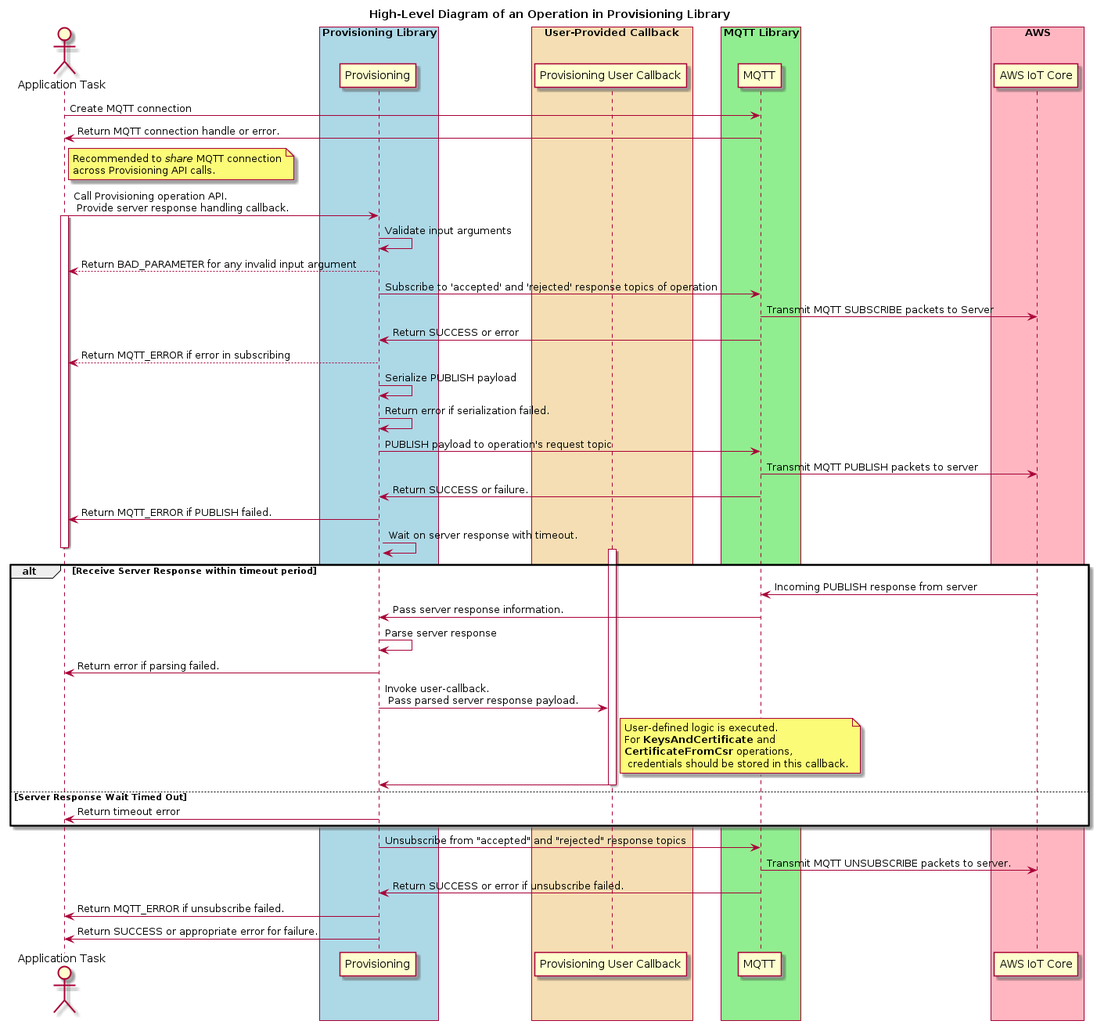
Above: doc/plantuml/images/provisioning_operation_highlevel_design.png in aws/aws-iot-device-sdk-embedded-C (PlantUML), before the change.
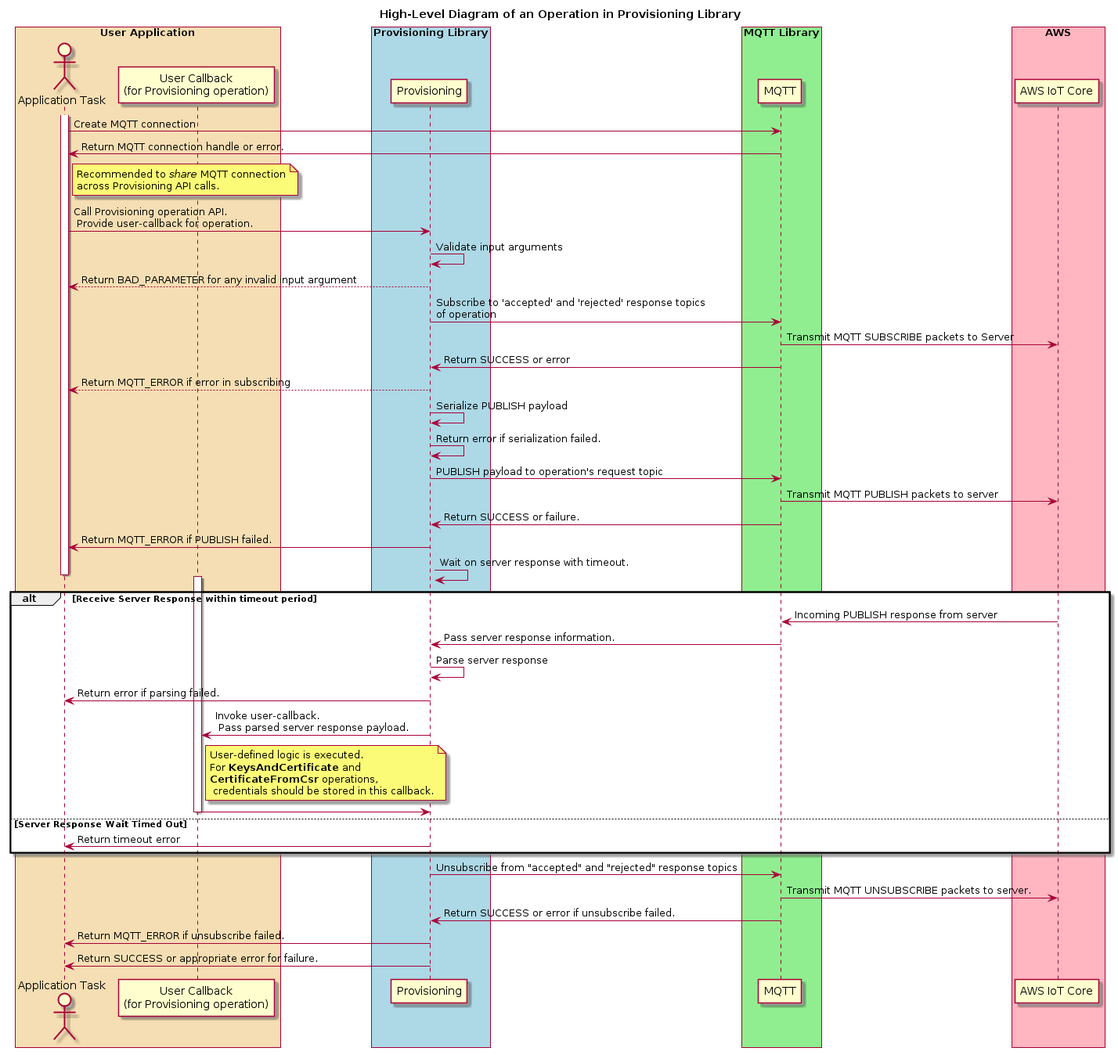
The same diagram one commit later.

Commit message:
Group application task and user-callback in high-level design diagram

What changed in the source:
```diff
@@ -5,14 +5,13 @@
 skinparam classFontSize 8
 skinparam classFontName Helvetica
 
+box "User Application" #Wheat
 actor "Application Task" as app
+participant "User Callback\n(for Provisioning operation)" as callback
+end box
 
 box "Provisioning Library" #LightBlue
 participant "Provisioning" as provisioning
-end box
-
-box "User-Provided Callback" #Wheat
-participant "Provisioning User Callback" as callback
 end box
 
 box "MQTT Library" #LightGreen
@@ -23,17 +22,17 @@
 participant "AWS IoT Core" as aws
 end box
 
+activate app
 app -> mqtt: Create MQTT connection
 mqtt -> app: Return MQTT connection handle or error.
 note right of app: Recommended to <i>share</i> MQTT connection\nacross Provisioning API calls.
 
-app -> provisioning: Call Provisioning operation API.\n Provide server response handling callback.
-activate app
+app -> provisioning: Call Provisioning operation API.\n Provide user-callback for operation.
 
 provisioning -> provisioning: Validate input arguments
 provisioning --> app: Return BAD_PARAMETER for any invalid input argument
 
-provisioning -> mqtt: Subscribe to 'accepted' and 'rejected' response topics of operation
+provisioning -> mqtt: Subscribe to 'accepted' and 'rejected' response topics\nof operation
 
 mqtt -> aws: Transmit MQTT SUBSCRIBE packets to Server
 mqtt -> provisioning: Return SUCCESS or error
```
